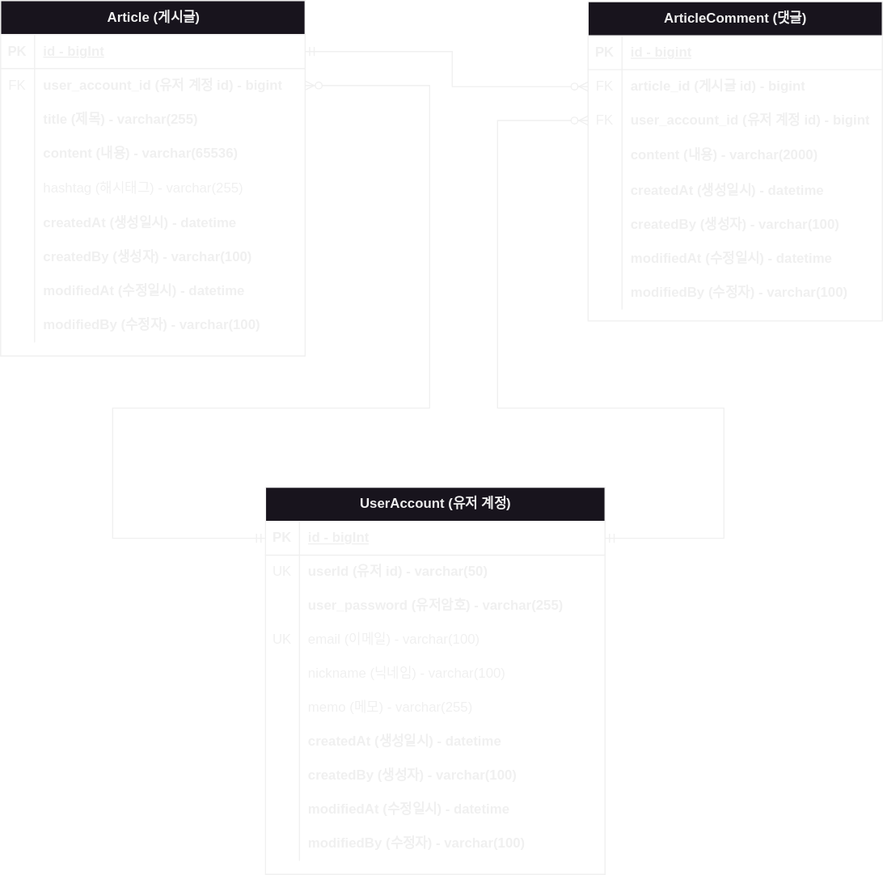
This is document/project-board-erd.svg from Son-github/project-board, a draw.io export, as it was before one commit. Source tidied: cells renumbered, new cells last; positions are measured from the earlier drawing's top-left corner, leaving out a move shared by most shapes.
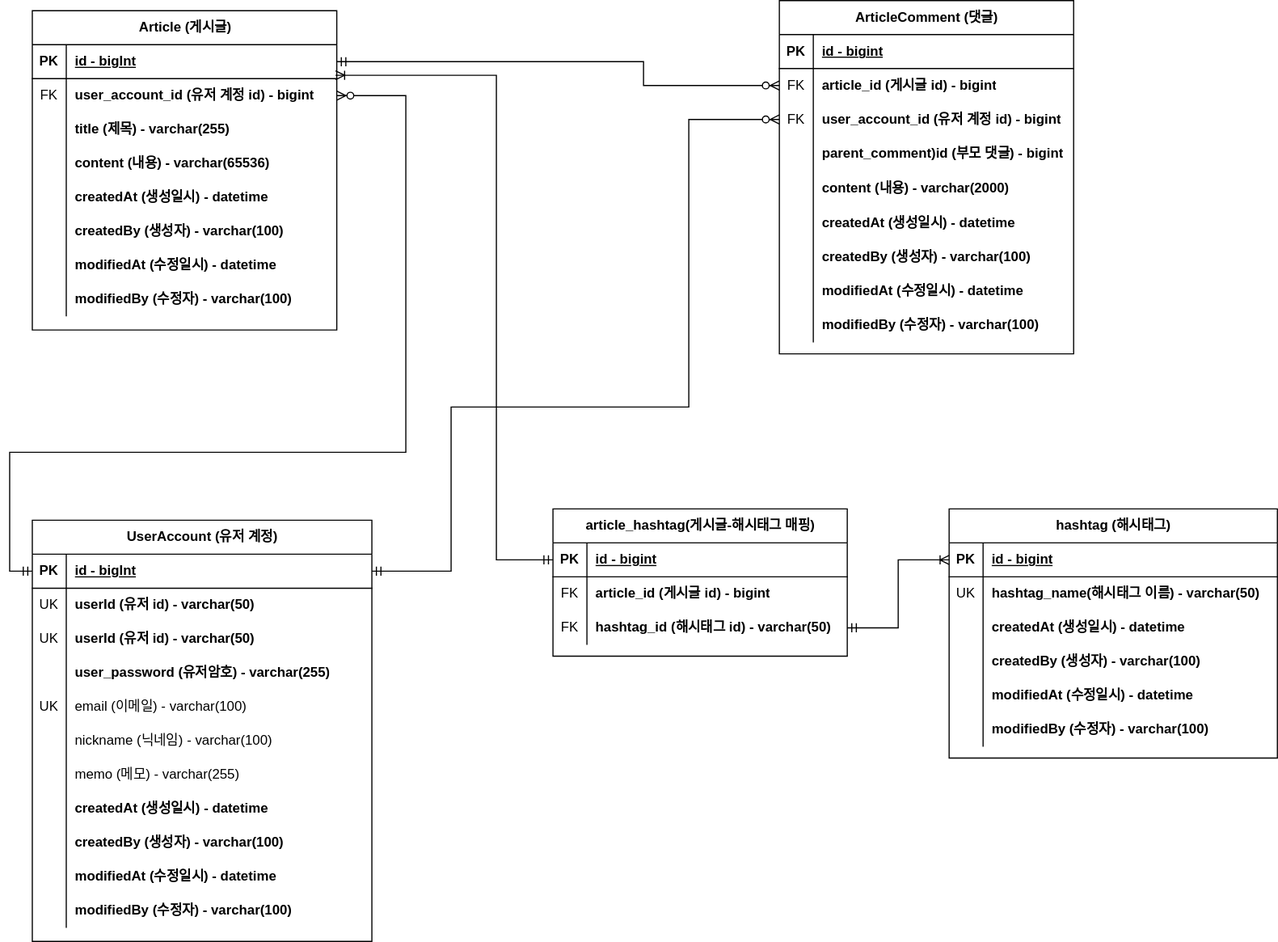
After the change.

Commit message:
#40 - erd 업데이트

유스케이스와 더불어 ERD도 업데이트

The edit, as a diff of the source:
```diff
@@ -5,3 +5,3 @@
     <mxCell id="2" value="Article (게시글)" style="shape=table;startSize=30;rowLines=0;fontStyle=1;align=center;html=1;" parent="1" vertex="1">
-      <mxGeometry width="269" height="314" as="geometry" />
+      <mxGeometry x="-141" y="10" width="269" height="282" as="geometry" />
     </mxCell>
@@ -43,13 +43,4 @@
     </mxCell>
-    <mxCell id="15" style="shape=tableRow;horizontal=0;startSize=0;swimlaneHead=0;swimlaneBody=0;fillColor=none;top=0;left=0;right=0;bottom=0;" parent="2" vertex="1">
-      <mxGeometry y="150" width="269" height="32" as="geometry" />
-    </mxCell>
-    <mxCell id="16" style="shape=partialRectangle;fillColor=none;top=0;left=0;bottom=0;right=0;overflow=hidden;whiteSpace=wrap;html=1;" parent="15" vertex="1">
-      <mxGeometry width="30" height="32" as="geometry" />
-    </mxCell>
-    <mxCell id="17" value="hashtag (해시태그) - varchar(255)" style="shape=partialRectangle;fillColor=none;top=0;left=0;bottom=0;right=0;align=left;spacingLeft=6;overflow=hidden;whiteSpace=wrap;html=1;" parent="15" vertex="1">
-      <mxGeometry x="30" width="239" height="32" as="geometry" />
-    </mxCell>
     <mxCell id="18" style="shape=tableRow;horizontal=0;startSize=0;swimlaneHead=0;swimlaneBody=0;fillColor=none;top=0;left=0;right=0;bottom=0;" parent="2" vertex="1">
-      <mxGeometry y="182" width="269" height="30" as="geometry" />
+      <mxGeometry y="150" width="269" height="30" as="geometry" />
     </mxCell>
@@ -62,3 +53,3 @@
     <mxCell id="21" style="shape=tableRow;horizontal=0;startSize=0;swimlaneHead=0;swimlaneBody=0;fillColor=none;top=0;left=0;right=0;bottom=0;" parent="2" vertex="1">
-      <mxGeometry y="212" width="269" height="30" as="geometry" />
+      <mxGeometry y="180" width="269" height="30" as="geometry" />
     </mxCell>
@@ -71,3 +62,3 @@
     <mxCell id="24" style="shape=tableRow;horizontal=0;startSize=0;swimlaneHead=0;swimlaneBody=0;fillColor=none;top=0;left=0;right=0;bottom=0;" parent="2" vertex="1">
-      <mxGeometry y="242" width="269" height="30" as="geometry" />
+      <mxGeometry y="210" width="269" height="30" as="geometry" />
     </mxCell>
@@ -80,3 +71,3 @@
     <mxCell id="27" style="shape=tableRow;horizontal=0;startSize=0;swimlaneHead=0;swimlaneBody=0;fillColor=none;top=0;left=0;right=0;bottom=0;" parent="2" vertex="1">
-      <mxGeometry y="272" width="269" height="30" as="geometry" />
+      <mxGeometry y="240" width="269" height="30" as="geometry" />
     </mxCell>
@@ -89,3 +80,3 @@
     <mxCell id="30" value="ArticleComment (댓글)" style="shape=table;startSize=30;rowLines=0;fontStyle=1;align=center;html=1;" parent="1" vertex="1">
-      <mxGeometry x="519" y="1" width="260" height="282" as="geometry" />
+      <mxGeometry x="519" y="1" width="260" height="312" as="geometry" />
     </mxCell>
@@ -109,3 +100,3 @@
     </mxCell>
-    <mxCell id="37" style="shape=tableRow;horizontal=0;startSize=0;swimlaneHead=0;swimlaneBody=0;fillColor=none;points=[[0,0.5],[1,0.5]];portConstraint=eastwest;top=0;left=0;right=0;bottom=0;" parent="30" vertex="1">
+    <mxCell id="37" style="shape=tableRow;horizontal=0;startSize=0;swimlaneHead=0;swimlaneBody=0;fillColor=none;points=[[0,0.5],[1,0.5]];portConstraint=eastwest;top=0;left=0;right=0;bottom=0;fontStyle=1;" parent="30" vertex="1">
       <mxGeometry y="90" width="260" height="30" as="geometry" />
@@ -118,4 +109,13 @@
     </mxCell>
+    <mxCell id="89" style="shape=tableRow;horizontal=0;startSize=0;swimlaneHead=0;swimlaneBody=0;fillColor=none;top=0;left=0;right=0;bottom=0;fontStyle=1;" parent="30" vertex="1">
+      <mxGeometry y="120" width="260" height="30" as="geometry" />
+    </mxCell>
+    <mxCell id="90" style="shape=partialRectangle;fillColor=none;top=0;left=0;bottom=0;right=0;overflow=hidden;whiteSpace=wrap;html=1;" parent="89" vertex="1">
+      <mxGeometry width="30" height="30" as="geometry" />
+    </mxCell>
+    <mxCell id="91" value="parent_comment)id (부모 댓글) - bigint" style="shape=partialRectangle;fillColor=none;top=0;left=0;bottom=0;right=0;align=left;spacingLeft=6;overflow=hidden;whiteSpace=wrap;html=1;fontStyle=1;" parent="89" vertex="1">
+      <mxGeometry x="30" width="230" height="30" as="geometry" />
+    </mxCell>
     <mxCell id="40" style="shape=tableRow;horizontal=0;startSize=0;swimlaneHead=0;swimlaneBody=0;fillColor=none;top=0;left=0;right=0;bottom=0;" parent="30" vertex="1">
-      <mxGeometry y="120" width="260" height="32" as="geometry" />
+      <mxGeometry y="150" width="260" height="32" as="geometry" />
     </mxCell>
@@ -128,3 +128,3 @@
     <mxCell id="43" style="shape=tableRow;horizontal=0;startSize=0;swimlaneHead=0;swimlaneBody=0;fillColor=none;top=0;left=0;right=0;bottom=0;" parent="30" vertex="1">
-      <mxGeometry y="152" width="260" height="30" as="geometry" />
+      <mxGeometry y="182" width="260" height="30" as="geometry" />
     </mxCell>
@@ -137,3 +137,3 @@
     <mxCell id="46" style="shape=tableRow;horizontal=0;startSize=0;swimlaneHead=0;swimlaneBody=0;fillColor=none;top=0;left=0;right=0;bottom=0;" parent="30" vertex="1">
-      <mxGeometry y="182" width="260" height="30" as="geometry" />
+      <mxGeometry y="212" width="260" height="30" as="geometry" />
     </mxCell>
@@ -146,3 +146,3 @@
     <mxCell id="49" style="shape=tableRow;horizontal=0;startSize=0;swimlaneHead=0;swimlaneBody=0;fillColor=none;top=0;left=0;right=0;bottom=0;" parent="30" vertex="1">
-      <mxGeometry y="212" width="260" height="30" as="geometry" />
+      <mxGeometry y="242" width="260" height="30" as="geometry" />
     </mxCell>
@@ -155,3 +155,3 @@
     <mxCell id="52" style="shape=tableRow;horizontal=0;startSize=0;swimlaneHead=0;swimlaneBody=0;fillColor=none;top=0;left=0;right=0;bottom=0;" parent="30" vertex="1">
-      <mxGeometry y="242" width="260" height="30" as="geometry" />
+      <mxGeometry y="272" width="260" height="30" as="geometry" />
     </mxCell>
@@ -163,7 +163,6 @@
     </mxCell>
-    <mxCell id="55" style="fontSize=12;html=1;endArrow=ERzeroToMany;startArrow=ERmandOne;rounded=0;strokeColor=default;edgeStyle=orthogonalEdgeStyle;" parent="1" edge="1" target="34">
+    <mxCell id="55" style="fontSize=12;html=1;endArrow=ERzeroToMany;startArrow=ERmandOne;rounded=0;strokeColor=default;edgeStyle=orthogonalEdgeStyle;exitX=1;exitY=0.5;exitDx=0;exitDy=0;" parent="1" edge="1" source="3" target="34">
       <mxGeometry relative="1" as="geometry">
-        <mxPoint x="269" y="45" as="sourcePoint" />
         <Array as="points">
-          <mxPoint x="399" y="45" />
+          <mxPoint x="399" y="55" />
           <mxPoint x="399" y="76" />
@@ -173,3 +172,3 @@
     <mxCell id="56" value="UserAccount (유저 계정)" style="shape=table;startSize=30;rowLines=0;fontStyle=1;align=center;html=1;" parent="1" vertex="1">
-      <mxGeometry x="234" y="430" width="300" height="342" as="geometry" />
+      <mxGeometry x="-141" y="460" width="300" height="372" as="geometry" />
     </mxCell>
@@ -184,4 +183,13 @@
     </mxCell>
+    <mxCell id="92" style="shape=tableRow;horizontal=0;startSize=0;swimlaneHead=0;swimlaneBody=0;fillColor=none;top=0;left=0;right=0;bottom=0;" parent="56" vertex="1">
+      <mxGeometry y="60" width="300" height="30" as="geometry" />
+    </mxCell>
+    <mxCell id="93" value="UK" style="shape=partialRectangle;fillColor=none;top=0;left=0;bottom=0;right=0;overflow=hidden;whiteSpace=wrap;html=1;" parent="92" vertex="1">
+      <mxGeometry width="30" height="30" as="geometry" />
+    </mxCell>
+    <mxCell id="94" value="userId (유저 id) - varchar(50)" style="shape=partialRectangle;fillColor=none;top=0;left=0;bottom=0;right=0;align=left;spacingLeft=6;overflow=hidden;whiteSpace=wrap;html=1;fontStyle=1;" parent="92" vertex="1">
+      <mxGeometry x="30" width="270" height="30" as="geometry" />
+    </mxCell>
     <mxCell id="60" style="shape=tableRow;horizontal=0;startSize=0;swimlaneHead=0;swimlaneBody=0;fillColor=none;top=0;left=0;right=0;bottom=0;" parent="56" vertex="1">
-      <mxGeometry y="60" width="300" height="30" as="geometry" />
+      <mxGeometry y="90" width="300" height="30" as="geometry" />
     </mxCell>
@@ -194,3 +202,3 @@
     <mxCell id="63" style="shape=tableRow;horizontal=0;startSize=0;swimlaneHead=0;swimlaneBody=0;fillColor=none;top=0;left=0;right=0;bottom=0;" parent="56" vertex="1">
-      <mxGeometry y="90" width="300" height="30" as="geometry" />
+      <mxGeometry y="120" width="300" height="30" as="geometry" />
     </mxCell>
@@ -203,3 +211,3 @@
     <mxCell id="66" style="shape=tableRow;horizontal=0;startSize=0;swimlaneHead=0;swimlaneBody=0;fillColor=none;top=0;left=0;right=0;bottom=0;" parent="56" vertex="1">
-      <mxGeometry y="120" width="300" height="30" as="geometry" />
+      <mxGeometry y="150" width="300" height="30" as="geometry" />
     </mxCell>
@@ -212,3 +220,3 @@
     <mxCell id="69" style="shape=tableRow;horizontal=0;startSize=0;swimlaneHead=0;swimlaneBody=0;fillColor=none;top=0;left=0;right=0;bottom=0;" parent="56" vertex="1">
-      <mxGeometry y="150" width="300" height="30" as="geometry" />
+      <mxGeometry y="180" width="300" height="30" as="geometry" />
     </mxCell>
@@ -221,3 +229,3 @@
     <mxCell id="72" style="shape=tableRow;horizontal=0;startSize=0;swimlaneHead=0;swimlaneBody=0;fillColor=none;top=0;left=0;right=0;bottom=0;" parent="56" vertex="1">
-      <mxGeometry y="180" width="300" height="30" as="geometry" />
+      <mxGeometry y="210" width="300" height="30" as="geometry" />
     </mxCell>
@@ -230,3 +238,3 @@
     <mxCell id="75" style="shape=tableRow;horizontal=0;startSize=0;swimlaneHead=0;swimlaneBody=0;fillColor=none;top=0;left=0;right=0;bottom=0;" parent="56" vertex="1">
-      <mxGeometry y="210" width="300" height="30" as="geometry" />
+      <mxGeometry y="240" width="300" height="30" as="geometry" />
     </mxCell>
@@ -239,3 +247,3 @@
     <mxCell id="78" style="shape=tableRow;horizontal=0;startSize=0;swimlaneHead=0;swimlaneBody=0;fillColor=none;top=0;left=0;right=0;bottom=0;" parent="56" vertex="1">
-      <mxGeometry y="240" width="300" height="30" as="geometry" />
+      <mxGeometry y="270" width="300" height="30" as="geometry" />
     </mxCell>
@@ -248,3 +256,3 @@
     <mxCell id="81" style="shape=tableRow;horizontal=0;startSize=0;swimlaneHead=0;swimlaneBody=0;fillColor=none;top=0;left=0;right=0;bottom=0;" parent="56" vertex="1">
-      <mxGeometry y="270" width="300" height="30" as="geometry" />
+      <mxGeometry y="300" width="300" height="30" as="geometry" />
     </mxCell>
@@ -257,3 +265,3 @@
     <mxCell id="84" style="shape=tableRow;horizontal=0;startSize=0;swimlaneHead=0;swimlaneBody=0;fillColor=none;top=0;left=0;right=0;bottom=0;" parent="56" vertex="1">
-      <mxGeometry y="300" width="300" height="30" as="geometry" />
+      <mxGeometry y="330" width="300" height="30" as="geometry" />
     </mxCell>
@@ -268,6 +276,6 @@
         <Array as="points">
-          <mxPoint x="99" y="475" />
-          <mxPoint x="99" y="360" />
-          <mxPoint x="379" y="360" />
-          <mxPoint x="379" y="75" />
+          <mxPoint x="-161" y="505" />
+          <mxPoint x="-161" y="400" />
+          <mxPoint x="189" y="400" />
+          <mxPoint x="189" y="85" />
         </Array>
@@ -278,4 +286,4 @@
         <Array as="points">
-          <mxPoint x="639" y="475" />
-          <mxPoint x="639" y="360" />
+          <mxPoint x="229" y="505" />
+          <mxPoint x="229" y="360" />
           <mxPoint x="439" y="360" />
@@ -285,2 +293,100 @@
     </mxCell>
+    <mxCell id="95" value="article_hashtag(게시글-해시태그 매핑)" style="shape=table;startSize=30;rowLines=0;fontStyle=1;align=center;html=1;" parent="1" vertex="1">
+      <mxGeometry x="319" y="450" width="260" height="130" as="geometry" />
+    </mxCell>
+    <mxCell id="96" style="shape=tableRow;horizontal=0;startSize=0;swimlaneHead=0;swimlaneBody=0;fillColor=none;points=[[0,0.5],[1,0.5]];portConstraint=eastwest;top=0;left=0;right=0;bottom=1;" parent="95" vertex="1">
+      <mxGeometry y="30" width="260" height="30" as="geometry" />
+    </mxCell>
+    <mxCell id="97" value="PK" style="shape=partialRectangle;fillColor=none;top=0;left=0;bottom=0;right=0;fontStyle=1;overflow=hidden;whiteSpace=wrap;html=1;" parent="96" vertex="1">
+      <mxGeometry width="30" height="30" as="geometry" />
+    </mxCell>
+    <mxCell id="98" value="id - bigint" style="shape=partialRectangle;fillColor=none;top=0;left=0;bottom=0;right=0;align=left;spacingLeft=6;fontStyle=5;overflow=hidden;whiteSpace=wrap;html=1;" parent="96" vertex="1">
+      <mxGeometry x="30" width="230" height="30" as="geometry" />
+    </mxCell>
+    <mxCell id="99" style="shape=tableRow;horizontal=0;startSize=0;swimlaneHead=0;swimlaneBody=0;fillColor=none;top=0;left=0;right=0;bottom=0;" parent="95" vertex="1">
+      <mxGeometry y="60" width="260" height="30" as="geometry" />
+    </mxCell>
+    <mxCell id="100" value="FK" style="shape=partialRectangle;fillColor=none;top=0;left=0;bottom=0;right=0;overflow=hidden;whiteSpace=wrap;html=1;" parent="99" vertex="1">
+      <mxGeometry width="30" height="30" as="geometry" />
+    </mxCell>
+    <mxCell id="101" value="article_id (게시글 id) - bigint" style="shape=partialRectangle;fillColor=none;top=0;left=0;bottom=0;right=0;align=left;spacingLeft=6;overflow=hidden;whiteSpace=wrap;html=1;fontStyle=1;" parent="99" vertex="1">
+      <mxGeometry x="30" width="230" height="30" as="geometry" />
+    </mxCell>
+    <mxCell id="102" style="shape=tableRow;horizontal=0;startSize=0;swimlaneHead=0;swimlaneBody=0;fillColor=none;points=[[0,0.5],[1,0.5]];portConstraint=eastwest;top=0;left=0;right=0;bottom=0;" parent="95" vertex="1">
+      <mxGeometry y="90" width="260" height="30" as="geometry" />
+    </mxCell>
+    <mxCell id="103" value="FK" style="shape=partialRectangle;fillColor=none;top=0;left=0;bottom=0;right=0;overflow=hidden;whiteSpace=wrap;html=1;" parent="102" vertex="1">
+      <mxGeometry width="30" height="30" as="geometry" />
+    </mxCell>
+    <mxCell id="104" value="hashtag_id (해시태그 id) - varchar(50)" style="shape=partialRectangle;fillColor=none;top=0;left=0;bottom=0;right=0;align=left;spacingLeft=6;overflow=hidden;whiteSpace=wrap;html=1;fontStyle=1;" parent="102" vertex="1">
+      <mxGeometry x="30" width="230" height="30" as="geometry" />
+    </mxCell>
+    <mxCell id="105" style="edgeStyle=orthogonalEdgeStyle;fontSize=12;html=1;endArrow=ERoneToMany;startArrow=ERmandOne;rounded=0;entryX=0.996;entryY=0.9;entryDx=0;entryDy=0;entryPerimeter=0;exitX=0;exitY=0.5;exitDx=0;exitDy=0;" parent="1" edge="1" source="96" target="3">
+      <mxGeometry relative="1" as="geometry">
+        <Array as="points">
+          <mxPoint x="269" y="495" />
+          <mxPoint x="269" y="67" />
+        </Array>
+      </mxGeometry>
+    </mxCell>
+    <mxCell id="106" value="hashtag (해시태그)" style="shape=table;startSize=30;rowLines=0;fontStyle=1;align=center;html=1;" parent="1" vertex="1">
+      <mxGeometry x="669" y="450" width="290" height="220" as="geometry" />
+    </mxCell>
+    <mxCell id="107" style="shape=tableRow;horizontal=0;startSize=0;swimlaneHead=0;swimlaneBody=0;fillColor=none;points=[[0,0.5],[1,0.5]];portConstraint=eastwest;top=0;left=0;right=0;bottom=1;" parent="106" vertex="1">
+      <mxGeometry y="30" width="290" height="30" as="geometry" />
+    </mxCell>
+    <mxCell id="108" value="PK" style="shape=partialRectangle;fillColor=none;top=0;left=0;bottom=0;right=0;fontStyle=1;overflow=hidden;whiteSpace=wrap;html=1;" parent="107" vertex="1">
+      <mxGeometry width="30" height="30" as="geometry" />
+    </mxCell>
+    <mxCell id="109" value="id - bigint" style="shape=partialRectangle;fillColor=none;top=0;left=0;bottom=0;right=0;align=left;spacingLeft=6;fontStyle=5;overflow=hidden;whiteSpace=wrap;html=1;" parent="107" vertex="1">
+      <mxGeometry x="30" width="260" height="30" as="geometry" />
+    </mxCell>
+    <mxCell id="110" style="shape=tableRow;horizontal=0;startSize=0;swimlaneHead=0;swimlaneBody=0;fillColor=none;top=0;left=0;right=0;bottom=0;" parent="106" vertex="1">
+      <mxGeometry y="60" width="290" height="30" as="geometry" />
+    </mxCell>
+    <mxCell id="111" value="UK" style="shape=partialRectangle;fillColor=none;top=0;left=0;bottom=0;right=0;overflow=hidden;whiteSpace=wrap;html=1;" parent="110" vertex="1">
+      <mxGeometry width="30" height="30" as="geometry" />
+    </mxCell>
+    <mxCell id="112" value="hashtag_name(해시태그 이름) - varchar(50)" style="shape=partialRectangle;fillColor=none;top=0;left=0;bottom=0;right=0;align=left;spacingLeft=6;overflow=hidden;whiteSpace=wrap;html=1;fontStyle=1;" parent="110" vertex="1">
+      <mxGeometry x="30" width="260" height="30" as="geometry" />
+    </mxCell>
+    <mxCell id="113" style="shape=tableRow;horizontal=0;startSize=0;swimlaneHead=0;swimlaneBody=0;fillColor=none;top=0;left=0;right=0;bottom=0;" parent="106" vertex="1">
+      <mxGeometry y="90" width="290" height="30" as="geometry" />
+    </mxCell>
+    <mxCell id="114" style="shape=partialRectangle;fillColor=none;top=0;left=0;bottom=0;right=0;overflow=hidden;whiteSpace=wrap;html=1;" parent="113" vertex="1">
+      <mxGeometry width="30" height="30" as="geometry" />
+    </mxCell>
+    <mxCell id="115" value="createdAt (생성일시) - datetime" style="shape=partialRectangle;fillColor=none;top=0;left=0;bottom=0;right=0;align=left;spacingLeft=6;overflow=hidden;whiteSpace=wrap;html=1;fontStyle=1;" parent="113" vertex="1">
+      <mxGeometry x="30" width="260" height="30" as="geometry" />
+    </mxCell>
+    <mxCell id="116" style="shape=tableRow;horizontal=0;startSize=0;swimlaneHead=0;swimlaneBody=0;fillColor=none;top=0;left=0;right=0;bottom=0;" parent="106" vertex="1">
+      <mxGeometry y="120" width="290" height="30" as="geometry" />
+    </mxCell>
+    <mxCell id="117" style="shape=partialRectangle;fillColor=none;top=0;left=0;bottom=0;right=0;overflow=hidden;whiteSpace=wrap;html=1;" parent="116" vertex="1">
+      <mxGeometry width="30" height="30" as="geometry" />
+    </mxCell>
+    <mxCell id="118" value="createdBy (생성자) - varchar(100)" style="shape=partialRectangle;fillColor=none;top=0;left=0;bottom=0;right=0;align=left;spacingLeft=6;overflow=hidden;whiteSpace=wrap;html=1;fontStyle=1;" parent="116" vertex="1">
+      <mxGeometry x="30" width="260" height="30" as="geometry" />
+    </mxCell>
+    <mxCell id="119" style="shape=tableRow;horizontal=0;startSize=0;swimlaneHead=0;swimlaneBody=0;fillColor=none;top=0;left=0;right=0;bottom=0;" parent="106" vertex="1">
+      <mxGeometry y="150" width="290" height="30" as="geometry" />
+    </mxCell>
+    <mxCell id="120" style="shape=partialRectangle;fillColor=none;top=0;left=0;bottom=0;right=0;overflow=hidden;whiteSpace=wrap;html=1;" parent="119" vertex="1">
+      <mxGeometry width="30" height="30" as="geometry" />
+    </mxCell>
+    <mxCell id="121" value="modifiedAt (수정일시) - datetime" style="shape=partialRectangle;fillColor=none;top=0;left=0;bottom=0;right=0;align=left;spacingLeft=6;overflow=hidden;whiteSpace=wrap;html=1;fontStyle=1;" parent="119" vertex="1">
+      <mxGeometry x="30" width="260" height="30" as="geometry" />
+    </mxCell>
+    <mxCell id="122" style="shape=tableRow;horizontal=0;startSize=0;swimlaneHead=0;swimlaneBody=0;fillColor=none;top=0;left=0;right=0;bottom=0;" parent="106" vertex="1">
+      <mxGeometry y="180" width="290" height="30" as="geometry" />
+    </mxCell>
+    <mxCell id="123" style="shape=partialRectangle;fillColor=none;top=0;left=0;bottom=0;right=0;overflow=hidden;whiteSpace=wrap;html=1;" parent="122" vertex="1">
+      <mxGeometry width="30" height="30" as="geometry" />
+    </mxCell>
+    <mxCell id="124" value="modifiedBy (수정자) - varchar(100)" style="shape=partialRectangle;fillColor=none;top=0;left=0;bottom=0;right=0;align=left;spacingLeft=6;overflow=hidden;whiteSpace=wrap;html=1;fontStyle=1;" parent="122" vertex="1">
+      <mxGeometry x="30" width="260" height="30" as="geometry" />
+    </mxCell>
+    <mxCell id="125" style="edgeStyle=orthogonalEdgeStyle;fontSize=12;html=1;endArrow=ERoneToMany;startArrow=ERmandOne;rounded=0;exitX=1;exitY=0.5;exitDx=0;exitDy=0;entryX=0;entryY=0.5;entryDx=0;entryDy=0;" parent="1" edge="1" source="102" target="107">
+      <mxGeometry relative="1" as="geometry" />
+    </mxCell>
   </root>
```
